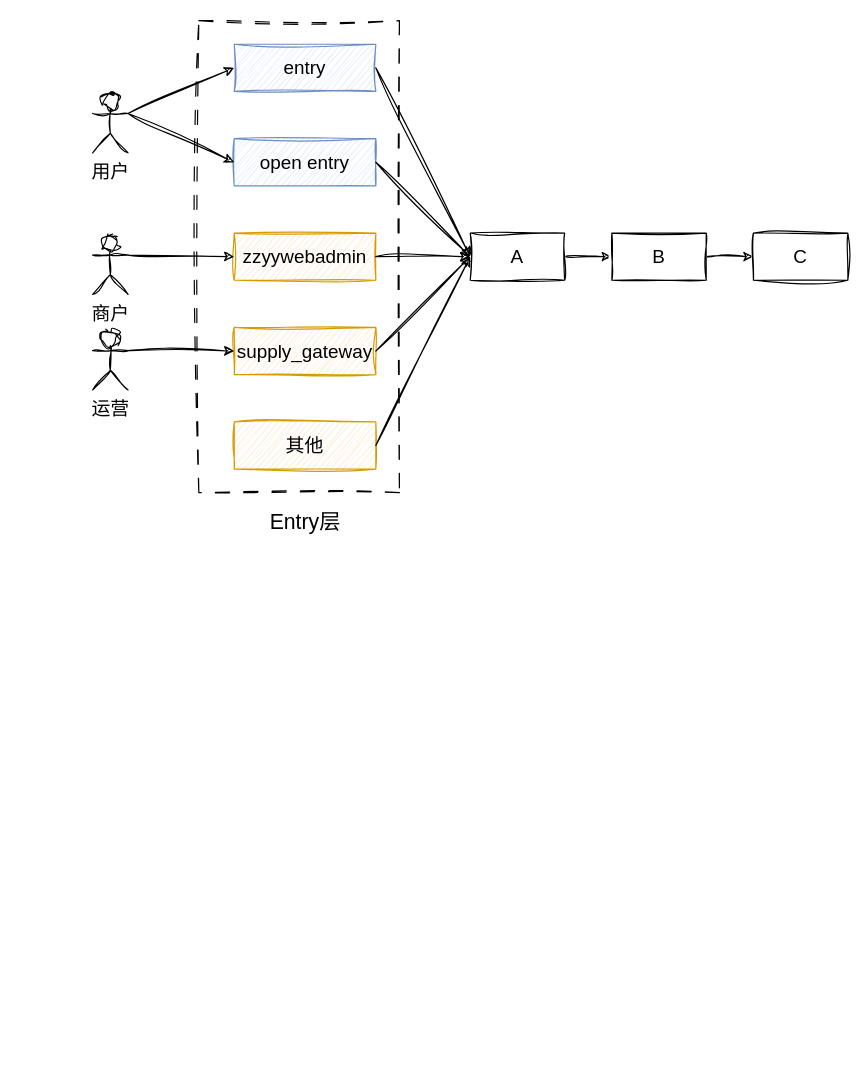
The draw.io diagram tech/entry/entry.drawio in zhuanzhuan-tech/arch-draw-io, before the edit. Source tidied: cells renumbered, new cells numbered last; positions are measured from the earlier drawing's top-left corner, leaving out a move shared by most shapes. Both pictures are drawn from the tidied source at 118%, with x=0, y=0 at pixel (92, 20).
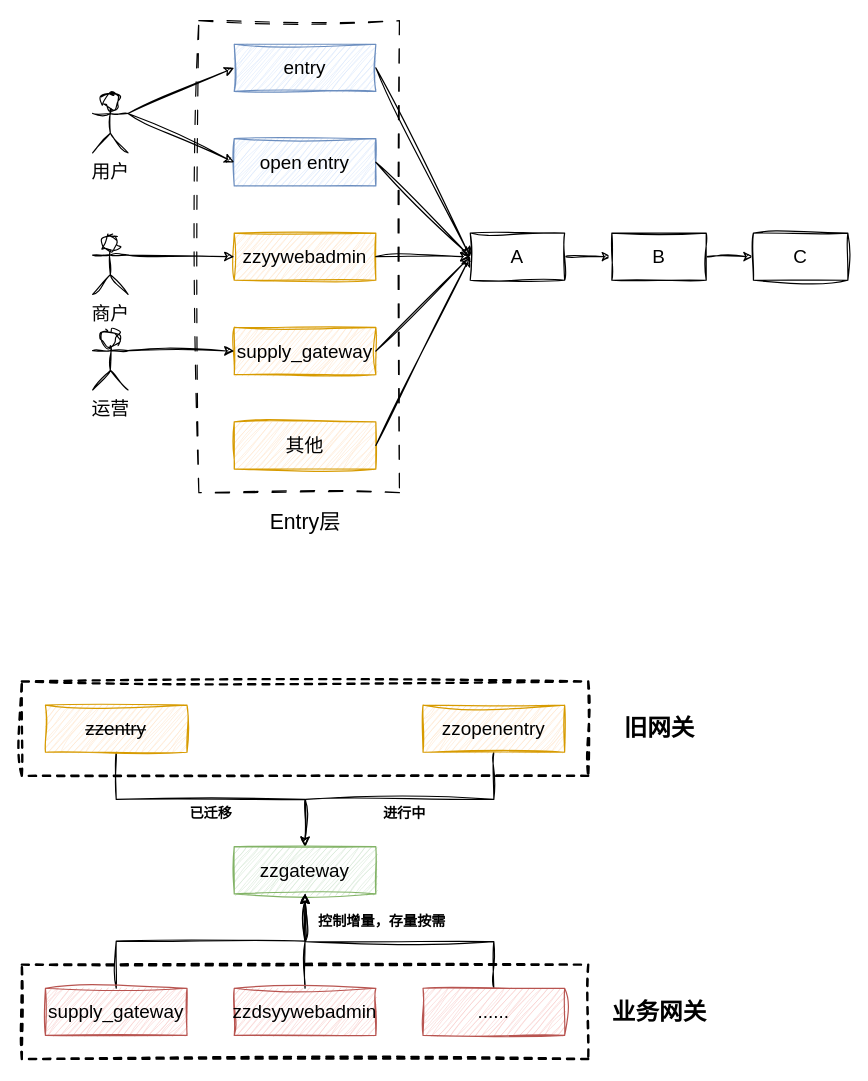
Above is the later version.

Diff of the diagram source:
```diff
@@
+    <mxCell id="26" style="rounded=0;whiteSpace=wrap;html=1;sketch=1;hachureGap=4;jiggle=2;curveFitting=1;fontFamily=Architects Daughter;fillColor=none;dashed=1;strokeWidth=2;" parent="1" vertex="1">
+      <mxGeometry x="-60" y="800" width="480" height="80" as="geometry" />
+    </mxCell>
+    <mxCell id="27" style="rounded=0;whiteSpace=wrap;html=1;sketch=1;hachureGap=4;jiggle=2;curveFitting=1;fontFamily=Architects Daughter;fillColor=none;dashed=1;strokeWidth=2;" parent="1" vertex="1">
+      <mxGeometry x="-60" y="560" width="480" height="80" as="geometry" />
+    </mxCell>
+    <mxCell id="24" style="rounded=0;whiteSpace=wrap;html=1;fillColor=none;dashed=1;dashPattern=12 12;sketch=1;curveFitting=1;jiggle=2;" parent="1" vertex="1">
+      <mxGeometry x="90" width="170" height="400" as="geometry" />
+    </mxCell>
@@
-    <mxCell id="24" style="rounded=0;whiteSpace=wrap;html=1;fillColor=none;dashed=1;dashPattern=12 12;sketch=1;curveFitting=1;jiggle=2;" parent="1" vertex="1">
-      <mxGeometry x="90" width="170" height="400" as="geometry" />
-    </mxCell>
@@
+    <mxCell id="28" style="edgeStyle=orthogonalEdgeStyle;rounded=0;sketch=1;hachureGap=4;jiggle=2;curveFitting=1;jettySize=auto;html=1;exitX=0.5;exitY=1;exitDx=0;exitDy=0;entryX=0.5;entryY=0;entryDx=0;entryDy=0;fontFamily=Architects Daughter;" parent="1" edge="1" source="29" target="32">
+      <mxGeometry relative="1" as="geometry" />
+    </mxCell>
+    <mxCell id="29" value="&lt;font style=&quot;font-size: 16px;&quot;&gt;&lt;strike&gt;zzentry&lt;/strike&gt;&lt;/font&gt;" style="rounded=0;whiteSpace=wrap;html=1;fillColor=#ffe6cc;strokeColor=#d79b00;sketch=1;curveFitting=1;jiggle=2;" parent="1" vertex="1">
+      <mxGeometry x="-40" y="580" width="120" height="40" as="geometry" />
+    </mxCell>
+    <mxCell id="30" style="edgeStyle=orthogonalEdgeStyle;rounded=0;sketch=1;hachureGap=4;jiggle=2;curveFitting=1;jettySize=auto;html=1;exitX=0.5;exitY=1;exitDx=0;exitDy=0;fontFamily=Architects Daughter;" parent="1" edge="1" source="31">
+      <mxGeometry relative="1" as="geometry">
+        <mxPoint x="180" y="700" as="targetPoint" />
+      </mxGeometry>
+    </mxCell>
+    <mxCell id="31" value="&lt;font style=&quot;font-size: 16px;&quot;&gt;zzopenentry&lt;/font&gt;" style="rounded=0;whiteSpace=wrap;html=1;fillColor=#ffe6cc;strokeColor=#d79b00;sketch=1;curveFitting=1;jiggle=2;" parent="1" vertex="1">
+      <mxGeometry x="280" y="580" width="120" height="40" as="geometry" />
+    </mxCell>
+    <mxCell id="32" value="&lt;font style=&quot;font-size: 16px;&quot;&gt;zzgateway&lt;/font&gt;" style="rounded=0;whiteSpace=wrap;html=1;fillColor=#d5e8d4;strokeColor=#82b366;sketch=1;curveFitting=1;jiggle=2;" parent="1" vertex="1">
+      <mxGeometry x="120" y="700" width="120" height="40" as="geometry" />
+    </mxCell>
+    <mxCell id="33" style="edgeStyle=orthogonalEdgeStyle;rounded=0;sketch=1;hachureGap=4;jiggle=2;curveFitting=1;jettySize=auto;html=1;exitX=0.5;exitY=0;exitDx=0;exitDy=0;entryX=0.5;entryY=1;entryDx=0;entryDy=0;fontFamily=Architects Daughter;" parent="1" edge="1" source="34" target="32">
+      <mxGeometry relative="1" as="geometry" />
+    </mxCell>
+    <mxCell id="34" value="&lt;font style=&quot;font-size: 16px;&quot;&gt;supply_gateway&lt;/font&gt;" style="rounded=0;whiteSpace=wrap;html=1;fillColor=#f8cecc;strokeColor=#b85450;sketch=1;curveFitting=1;jiggle=2;" parent="1" vertex="1">
+      <mxGeometry x="-40" y="820" width="120" height="40" as="geometry" />
+    </mxCell>
+    <mxCell id="35" style="edgeStyle=orthogonalEdgeStyle;rounded=0;sketch=1;hachureGap=4;jiggle=2;curveFitting=1;jettySize=auto;html=1;exitX=0.5;exitY=0;exitDx=0;exitDy=0;fontFamily=Architects Daughter;" parent="1" edge="1" source="36">
+      <mxGeometry relative="1" as="geometry">
+        <mxPoint x="180" y="740" as="targetPoint" />
+      </mxGeometry>
+    </mxCell>
+    <mxCell id="36" value="&lt;span style=&quot;font-size: 16px;&quot;&gt;zzdsyywebadmin&lt;/span&gt;" style="rounded=0;whiteSpace=wrap;html=1;fillColor=#f8cecc;strokeColor=#b85450;sketch=1;curveFitting=1;jiggle=2;" parent="1" vertex="1">
+      <mxGeometry x="120" y="820" width="120" height="40" as="geometry" />
+    </mxCell>
+    <mxCell id="37" style="edgeStyle=orthogonalEdgeStyle;rounded=0;sketch=1;hachureGap=4;jiggle=2;curveFitting=1;jettySize=auto;html=1;exitX=0.5;exitY=0;exitDx=0;exitDy=0;fontFamily=Architects Daughter;" parent="1" edge="1" source="38">
+      <mxGeometry relative="1" as="geometry">
+        <mxPoint x="180" y="740" as="targetPoint" />
+      </mxGeometry>
+    </mxCell>
+    <mxCell id="38" value="&lt;font style=&quot;font-size: 16px;&quot;&gt;......&lt;/font&gt;" style="rounded=0;whiteSpace=wrap;html=1;fillColor=#f8cecc;strokeColor=#b85450;sketch=1;curveFitting=1;jiggle=2;" parent="1" vertex="1">
+      <mxGeometry x="280" y="820" width="120" height="40" as="geometry" />
+    </mxCell>
+    <mxCell id="39" value="&lt;b&gt;已迁移&lt;/b&gt;" style="text;html=1;align=center;verticalAlign=middle;strokeColor=none;fillColor=none;fontFamily=Architects Daughter;" parent="1" vertex="1">
+      <mxGeometry x="70" y="658" width="60" height="30" as="geometry" />
+    </mxCell>
+    <mxCell id="40" value="&lt;b&gt;进行中&lt;/b&gt;" style="text;html=1;align=center;verticalAlign=middle;strokeColor=none;fillColor=none;fontFamily=Architects Daughter;" parent="1" vertex="1">
+      <mxGeometry x="234" y="658" width="60" height="30" as="geometry" />
+    </mxCell>
+    <mxCell id="41" value="&lt;b&gt;控制增量，存量按需&lt;/b&gt;" style="text;html=1;align=center;verticalAlign=middle;strokeColor=none;fillColor=none;fontFamily=Architects Daughter;" parent="1" vertex="1">
+      <mxGeometry x="180" y="750" width="130" height="30" as="geometry" />
+    </mxCell>
+    <mxCell id="42" value="&lt;b&gt;&lt;font style=&quot;font-size: 20px;&quot;&gt;旧网关&lt;/font&gt;&lt;/b&gt;" style="text;html=1;align=center;verticalAlign=middle;strokeColor=none;fillColor=none;fontFamily=Architects Daughter;" parent="1" vertex="1">
+      <mxGeometry x="440" y="580" width="80" height="40" as="geometry" />
+    </mxCell>
+    <mxCell id="43" value="&lt;b&gt;&lt;font style=&quot;font-size: 20px;&quot;&gt;业务网关&lt;/font&gt;&lt;/b&gt;" style="text;html=1;align=center;verticalAlign=middle;strokeColor=none;fillColor=none;fontFamily=Architects Daughter;" parent="1" vertex="1">
+      <mxGeometry x="430" y="820" width="100" height="40" as="geometry" />
+    </mxCell>
```
